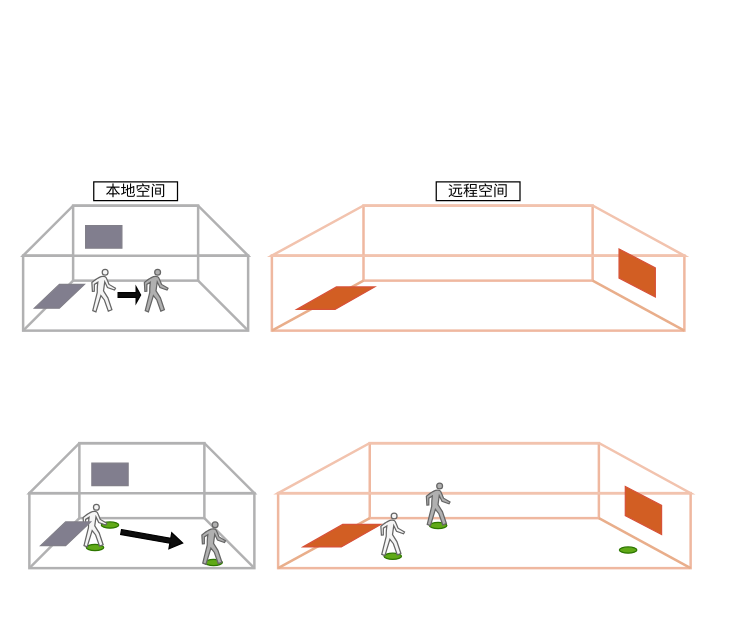
Before: 对齐.drawio in Rinco1018/project_test, a draw.io diagram. Source tidied: cells renumbered, new cells numbered last; positions are measured from the earlier drawing's top-left corner, leaving out a move shared by most shapes. Both pictures are drawn from the tidied source at 125%, with x=0, y=0 at pixel (22, 181).
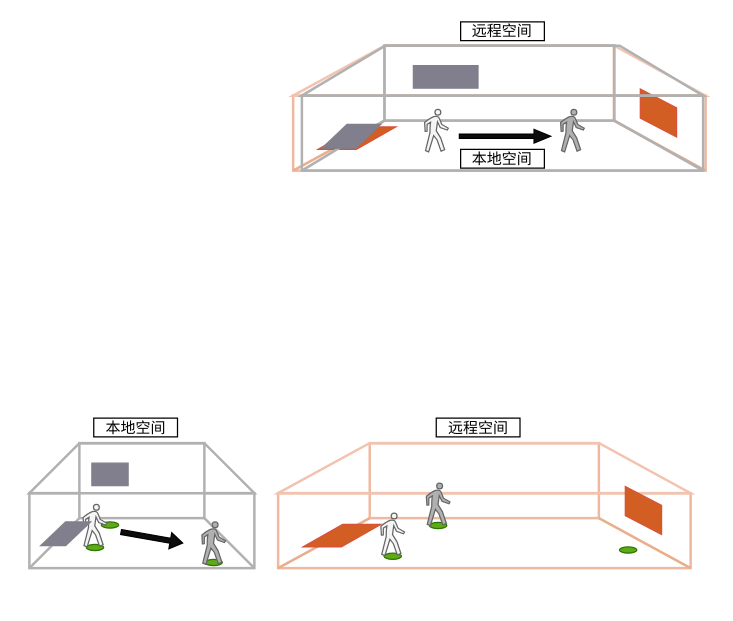
Above is the later version.

The edit, as a diff of the source:
```diff
@@
     <mxCell id="2" style="group;" parent="1" vertex="1">
-      <mxGeometry x="199" y="19" width="330" height="125" as="geometry" />
+      <mxGeometry x="216" y="-109" width="335" height="125" as="geometry" />
     </mxCell>
@@
     <mxCell id="4" style="group;strokeWidth=2;" parent="2" vertex="1">
-      <mxGeometry width="330" height="68.4" as="geometry" />
+      <mxGeometry width="335" height="102.5" as="geometry" />
     </mxCell>
@@
-    <mxCell id="11" style="group;" parent="1" vertex="1">
-      <mxGeometry y="19" width="180" height="102.5" as="geometry" />
+    <mxCell id="11" style="group;" parent="2" vertex="1">
+      <mxGeometry x="7" width="321" height="102.5" as="geometry" />
     </mxCell>
     <mxCell id="12" style="rounded=0;whiteSpace=wrap;html=1;fillColor=none;strokeColor=light-dark(#b1b1b2, #ededed);strokeWidth=2;" parent="11" vertex="1">
-      <mxGeometry y="40" width="180" height="60" as="geometry" />
+      <mxGeometry y="40" width="321" height="60" as="geometry" />
     </mxCell>
     <mxCell id="13" style="group;" parent="11" vertex="1">
-      <mxGeometry width="180" height="93" as="geometry" />
+      <mxGeometry width="321" height="98" as="geometry" />
     </mxCell>
-    <mxCell id="14" style="rounded=0;whiteSpace=wrap;html=1;strokeWidth=2;strokeColor=light-dark(#b1b1b2, #ededed);" parent="13" vertex="1">
-      <mxGeometry x="40" width="100" height="60" as="geometry" />
+    <mxCell id="14" style="rounded=0;whiteSpace=wrap;html=1;strokeWidth=2;strokeColor=light-dark(#b1b1b2, #ededed);fillColor=none;" parent="13" vertex="1">
+      <mxGeometry x="66" width="184" height="60" as="geometry" />
     </mxCell>
-    <mxCell id="15" style="shape=trapezoid;perimeter=trapezoidPerimeter;whiteSpace=wrap;html=1;fixedSize=1;size=40;fillColor=none;strokeColor=light-dark(#b1b1b2, #ededed);strokeWidth=2;" parent="13" vertex="1">
-      <mxGeometry width="180" height="40" as="geometry" />
+    <mxCell id="15" style="shape=trapezoid;perimeter=trapezoidPerimeter;whiteSpace=wrap;html=1;fixedSize=1;size=66.75866278286634;fillColor=none;strokeColor=light-dark(#b1b1b2, #ededed);strokeWidth=2;" parent="13" vertex="1">
+      <mxGeometry width="321" height="40" as="geometry" />
     </mxCell>
     <mxCell id="16" style="rounded=0;whiteSpace=wrap;html=1;fillColor=light-dark(#817e8e, #1a1a1a);fontColor=#333333;strokeColor=light-dark(#817f89, #959595);" parent="13" vertex="1">
-      <mxGeometry x="50" y="16" width="29" height="18" as="geometry" />
+      <mxGeometry x="89.2" y="16" width="51.7" height="18" as="geometry" />
     </mxCell>
     <mxCell id="17" style="shape=mxgraph.signs.people.walking;html=1;fillColor=#f5f5f5;strokeColor=#666666;verticalLabelPosition=bottom;verticalAlign=top;align=center;fontColor=#333333;" parent="13" vertex="1">
-      <mxGeometry x="55" y="51" width="18.9" height="34" as="geometry" />
+      <mxGeometry x="98.2" y="51" width="18.9" height="34" as="geometry" />
     </mxCell>
     <mxCell id="18" style="shape=mxgraph.signs.people.walking;html=1;fillColor=light-dark(#b0b0b0, #1a1a1a);strokeColor=#666666;verticalLabelPosition=bottom;verticalAlign=top;align=center;fontColor=#333333;" parent="13" vertex="1">
-      <mxGeometry x="97" y="51" width="18.9" height="34" as="geometry" />
+      <mxGeometry x="207" y="51" width="18.9" height="34" as="geometry" />
     </mxCell>
-    <mxCell id="19" style="shape=singleArrow;whiteSpace=wrap;html=1;fillColor=light-dark(#0d0d0d, #ededed);" parent="13" vertex="1">
-      <mxGeometry x="76" y="65" width="18" height="13" as="geometry" />
+    <mxCell id="19" style="shape=singleArrow;whiteSpace=wrap;html=1;fillColor=light-dark(#0d0d0d, #ededed);arrowWidth=0.32625994694958016;arrowSize=0.181512240705818;" parent="13" vertex="1">
+      <mxGeometry x="126" y="67" width="73" height="11" as="geometry" />
     </mxCell>
+    <mxCell id="23" value="本地空间" style="rounded=0;whiteSpace=wrap;html=1;fontFamily=宋体;" parent="13" vertex="1">
+      <mxGeometry x="127" y="83" width="67" height="15" as="geometry" />
+    </mxCell>
+    <mxCell id="54" style="edgeStyle=orthogonalEdgeStyle;rounded=0;orthogonalLoop=1;jettySize=auto;html=1;exitX=0.5;exitY=1;exitDx=0;exitDy=0;" parent="13" edge="1" source="23" target="23">
+      <mxGeometry relative="1" as="geometry" />
+    </mxCell>
@@
     <mxCell id="22" style="shape=parallelogram;perimeter=parallelogramPerimeter;whiteSpace=wrap;html=1;fixedSize=1;rounded=0;strokeColor=light-dark(#817f89, #959595);align=center;verticalAlign=middle;fontFamily=Helvetica;fontSize=12;fontColor=#333333;fillColor=light-dark(#817e8e, #1a1a1a);" parent="11" vertex="1">
-      <mxGeometry x="9" y="63" width="40" height="19" as="geometry" />
+      <mxGeometry x="16.1" y="63" width="47" height="19" as="geometry" />
     </mxCell>
-    <mxCell id="23" value="本地空间" style="rounded=0;whiteSpace=wrap;html=1;fontFamily=宋体;" parent="1" vertex="1">
-      <mxGeometry x="56.5" width="67" height="15" as="geometry" />
-    </mxCell>
     <mxCell id="24" value="远程空间" style="rounded=0;whiteSpace=wrap;html=1;fontFamily=宋体;" parent="1" vertex="1">
-      <mxGeometry x="330.5" width="67" height="15" as="geometry" />
+      <mxGeometry x="350" y="-128" width="67" height="15" as="geometry" />
     </mxCell>
@@
+    <mxCell id="55" value="本地空间" style="rounded=0;whiteSpace=wrap;html=1;fontFamily=宋体;" parent="1" vertex="1">
+      <mxGeometry x="56.5" y="189" width="67" height="15" as="geometry" />
+    </mxCell>
+    <mxCell id="56" value="远程空间" style="rounded=0;whiteSpace=wrap;html=1;fontFamily=宋体;" parent="1" vertex="1">
+      <mxGeometry x="330.5" y="189" width="67" height="15" as="geometry" />
+    </mxCell>
```
